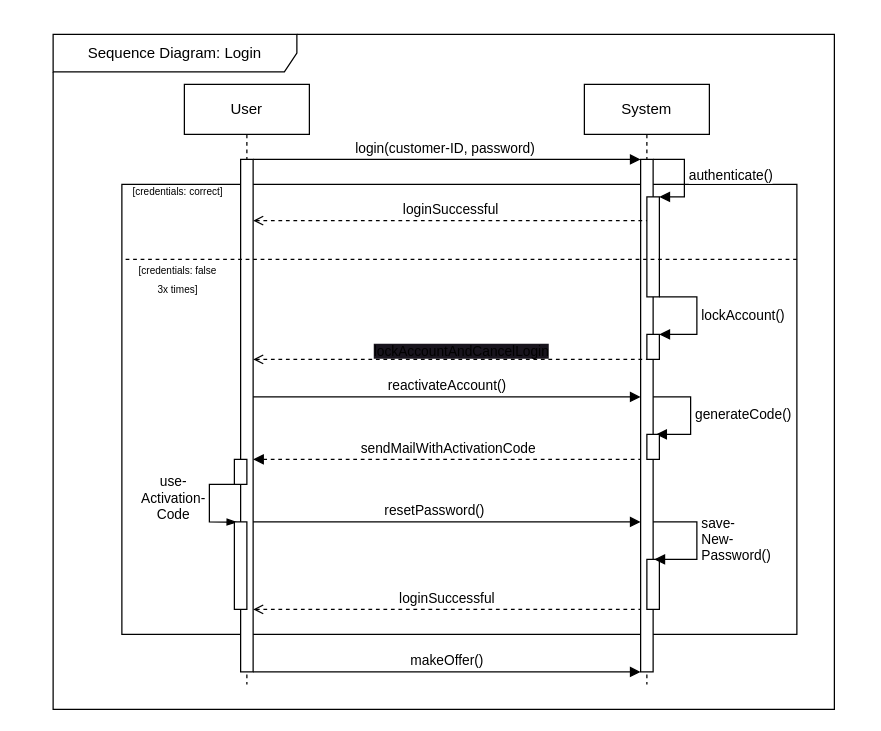
Above: diagrams/B1/B1_Login.drawio in Lenni528/UMLions (draw.io), before the change. Source tidied: cells renumbered, new cells numbered last; positions are measured from the earlier drawing's top-left corner, leaving out a move shared by most shapes. Both pictures are drawn from the tidied source at 125%, with x=0, y=0 at pixel (52, 34).
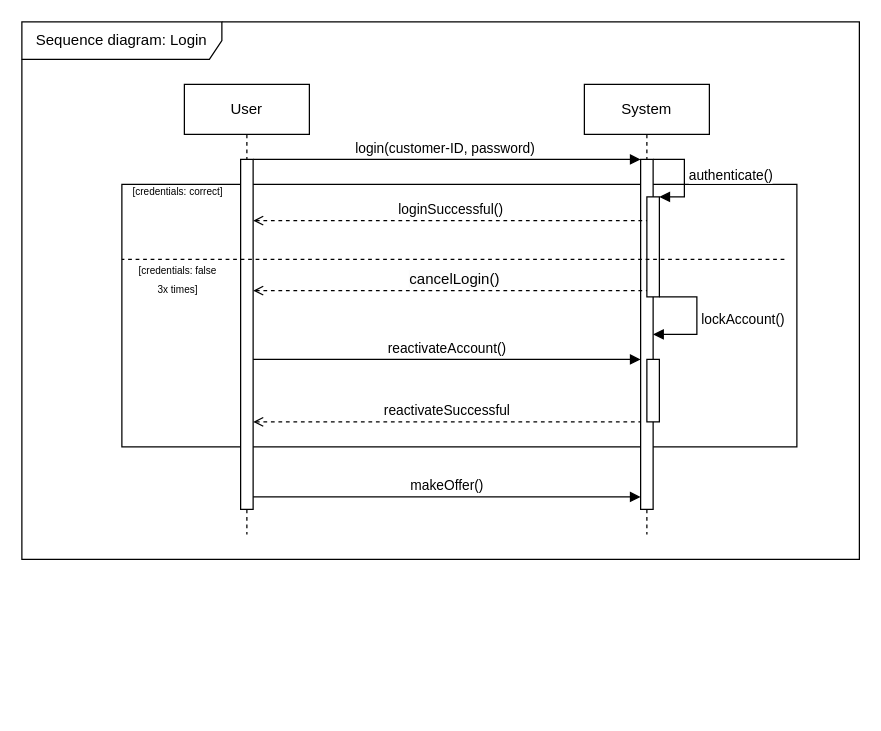
The same diagram, later.

The change refers to these unchanged cells:
```xml
<mxCell id="7" style="html=1;points=[[0,0,0,0,5],[0,1,0,0,-5],[1,0,0,0,5],[1,1,0,0,-5]];perimeter=orthogonalPerimeter;outlineConnect=0;targetShapes=umlLifeline;portConstraint=eastwest;newEdgeStyle={&quot;curved&quot;:0,&quot;rounded&quot;:0};" parent="5" vertex="1">
  <mxGeometry x="50" y="90" width="10" height="80" as="geometry" />
</mxCell>
```

What changed in the source:
```diff
@@
     <mxCell id="2" style="rounded=0;whiteSpace=wrap;html=1;" parent="1" vertex="1">
-      <mxGeometry x="55" y="120" width="540" height="360" as="geometry" />
+      <mxGeometry x="55" y="120" width="540" height="210" as="geometry" />
     </mxCell>
     <mxCell id="3" value="User" style="shape=umlLifeline;perimeter=lifelinePerimeter;whiteSpace=wrap;html=1;newEdgeStyle={&quot;edgeStyle&quot;:&quot;elbowEdgeStyle&quot;,&quot;elbow&quot;:&quot;vertical&quot;,&quot;curved&quot;:0,&quot;rounded&quot;:0};" parent="1" vertex="1">
-      <mxGeometry x="105" y="40" width="100" height="480" as="geometry" />
+      <mxGeometry x="105" y="40" width="100" height="360" as="geometry" />
     </mxCell>
     <mxCell id="4" style="html=1;points=[[0,0,0,0,5],[0,1,0,0,-5],[1,0,0,0,5],[1,1,0,0,-5]];perimeter=orthogonalPerimeter;outlineConnect=0;targetShapes=umlLifeline;portConstraint=eastwest;newEdgeStyle={&quot;curved&quot;:0,&quot;rounded&quot;:0};" parent="3" vertex="1">
-      <mxGeometry x="45" y="60" width="10" height="410" as="geometry" />
+      <mxGeometry x="45" y="60" width="10" height="280" as="geometry" />
     </mxCell>
     <mxCell id="5" value="System" style="shape=umlLifeline;perimeter=lifelinePerimeter;whiteSpace=wrap;html=1;newEdgeStyle={&quot;edgeStyle&quot;:&quot;elbowEdgeStyle&quot;,&quot;elbow&quot;:&quot;vertical&quot;,&quot;curved&quot;:0,&quot;rounded&quot;:0};" parent="1" vertex="1">
-      <mxGeometry x="425" y="40" width="100" height="480" as="geometry" />
+      <mxGeometry x="425" y="40" width="100" height="360" as="geometry" />
     </mxCell>
     <mxCell id="6" style="html=1;points=[[0,0,0,0,5],[0,1,0,0,-5],[1,0,0,0,5],[1,1,0,0,-5]];perimeter=orthogonalPerimeter;outlineConnect=0;targetShapes=umlLifeline;portConstraint=eastwest;newEdgeStyle={&quot;curved&quot;:0,&quot;rounded&quot;:0};" parent="5" vertex="1">
-      <mxGeometry x="45" y="60" width="10" height="410" as="geometry" />
+      <mxGeometry x="45" y="60" width="10" height="280" as="geometry" />
     </mxCell>
@@
-    <mxCell id="11" value="loginSuccessful" style="html=1;verticalAlign=bottom;endArrow=none;curved=0;rounded=0;dashed=1;startArrow=open;startFill=0;endFill=0;" parent="1" edge="1" source="4">
+    <mxCell id="11" value="loginSuccessful()" style="html=1;verticalAlign=bottom;endArrow=none;curved=0;rounded=0;dashed=1;startArrow=open;startFill=0;endFill=0;" parent="1" edge="1" source="4">
       <mxGeometry relative="1" as="geometry">
         <mxPoint x="475" y="149" as="targetPoint" />
       </mxGeometry>
     </mxCell>
-    <mxCell id="12" style="html=1;verticalAlign=bottom;endArrow=none;dashed=1;endSize=8;curved=0;rounded=0;entryX=0;entryY=0.5;entryDx=0;entryDy=0;endFill=0;" parent="1" edge="1">
+    <mxCell id="12" style="html=1;verticalAlign=bottom;endArrow=none;dashed=1;endSize=8;curved=0;rounded=0;entryX=0;entryY=0.5;entryDx=0;entryDy=0;exitX=1;exitY=0.5;exitDx=0;exitDy=0;endFill=0;" parent="1" edge="1">
       <mxGeometry relative="1" as="geometry">
-        <mxPoint x="595" y="180" as="sourcePoint" />
+        <mxPoint x="585" y="180" as="sourcePoint" />
         <mxPoint x="55" y="180" as="targetPoint" />
       </mxGeometry>
     </mxCell>
@@
+    <mxCell id="34" style="edgeStyle=elbowEdgeStyle;fontSize=12;html=1;endArrow=none;endFill=0;rounded=0;entryX=0;entryY=1;entryDx=0;entryDy=-5;entryPerimeter=0;startArrow=open;startFill=0;dashed=1;" parent="1" edge="1" source="4" target="7">
+      <mxGeometry relative="1" as="geometry">
+        <Array as="points">
+          <mxPoint x="315" y="205" />
+        </Array>
+      </mxGeometry>
+    </mxCell>
+    <mxCell id="35" value="&lt;span style=&quot;font-size: 12px; text-wrap: wrap; background-color: rgb(251, 251, 251);&quot;&gt;cancelLogin()&lt;/span&gt;" style="edgeLabel;html=1;align=center;verticalAlign=middle;" parent="34" vertex="1">
+      <mxGeometry x="0.08" y="1" relative="1" as="geometry">
+        <mxPoint x="-10" y="-9" as="offset" />
+      </mxGeometry>
+    </mxCell>
-    <mxCell id="14" value="lockAccount()" style="html=1;align=left;spacingLeft=2;endArrow=block;rounded=0;edgeStyle=orthogonalEdgeStyle;curved=0;rounded=0;entryX=1;entryY=0;entryDx=0;entryDy=0;" parent="1" edge="1" target="16">
+    <mxCell id="14" value="lockAccount()" style="html=1;align=left;spacingLeft=2;endArrow=block;rounded=0;edgeStyle=orthogonalEdgeStyle;curved=0;rounded=0;" parent="1" edge="1" target="6">
       <mxGeometry relative="1" as="geometry">
         <mxPoint x="485" y="210" as="sourcePoint" />
         <Array as="points">
           <mxPoint x="515" y="210" />
           <mxPoint x="515" y="240" />
         </Array>
       </mxGeometry>
     </mxCell>
     <mxCell id="15" value="reactivateAccount()" style="html=1;verticalAlign=bottom;endArrow=block;curved=0;rounded=0;" parent="1" edge="1">
       <mxGeometry relative="1" as="geometry">
-        <mxPoint x="160" y="290" as="sourcePoint" />
-        <mxPoint x="470" y="290" as="targetPoint" />
+        <mxPoint x="160" y="260" as="sourcePoint" />
+        <mxPoint x="470" y="260" as="targetPoint" />
       </mxGeometry>
     </mxCell>
     <mxCell id="16" style="rounded=0;whiteSpace=wrap;html=1;" parent="1" vertex="1">
-      <mxGeometry x="475" y="240" width="10" height="20" as="geometry" />
+      <mxGeometry x="475" y="260" width="10" height="50" as="geometry" />
     </mxCell>
-    <mxCell id="17" value="loginSuccessful" style="html=1;verticalAlign=bottom;endArrow=none;curved=0;rounded=0;startArrow=open;startFill=0;endFill=0;dashed=1;" parent="1" edge="1">
+    <mxCell id="17" value="reactivateSuccessful" style="html=1;verticalAlign=bottom;endArrow=none;curved=0;rounded=0;startArrow=open;startFill=0;endFill=0;dashed=1;" parent="1" edge="1">
       <mxGeometry relative="1" as="geometry">
-        <mxPoint x="160" y="460" as="sourcePoint" />
-        <mxPoint x="470" y="460" as="targetPoint" />
+        <mxPoint x="160" y="310" as="sourcePoint" />
+        <mxPoint x="470" y="310" as="targetPoint" />
       </mxGeometry>
     </mxCell>
     <mxCell id="18" value="makeOffer()" style="html=1;verticalAlign=bottom;endArrow=block;curved=0;rounded=0;" parent="1" edge="1">
       <mxGeometry relative="1" as="geometry">
-        <mxPoint x="160" y="510" as="sourcePoint" />
-        <mxPoint x="470" y="510" as="targetPoint" />
+        <mxPoint x="160" y="370" as="sourcePoint" />
+        <mxPoint x="470" y="370" as="targetPoint" />
       </mxGeometry>
     </mxCell>
-    <mxCell id="19" style="edgeStyle=elbowEdgeStyle;fontSize=12;html=1;endArrow=none;endFill=0;rounded=0;entryX=0;entryY=1;entryDx=0;entryDy=-5;entryPerimeter=0;startArrow=open;startFill=0;dashed=1;" parent="1" edge="1">
-      <mxGeometry relative="1" as="geometry">
-        <mxPoint x="160" y="260" as="sourcePoint" />
-        <mxPoint x="475" y="260" as="targetPoint" />
-        <Array as="points">
-          <mxPoint x="315" y="260" />
-        </Array>
-      </mxGeometry>
-    </mxCell>
-    <mxCell id="20" value="&lt;div style=&quot;text-align: center;&quot;&gt;&lt;span style=&quot;font-size: 11px; text-wrap: nowrap; background-color: rgb(24, 20, 29);&quot;&gt;lockAccountAndCancelLogin&lt;/span&gt;&lt;/div&gt;" style="text;whiteSpace=wrap;html=1;" parent="1" vertex="1">
-      <mxGeometry x="255" y="240" width="150" height="20" as="geometry" />
-    </mxCell>
-    <mxCell id="21" value="generateCode()" style="html=1;align=left;spacingLeft=2;endArrow=block;rounded=0;edgeStyle=orthogonalEdgeStyle;curved=0;rounded=0;entryX=0.75;entryY=0;entryDx=0;entryDy=0;" parent="1" edge="1" source="6" target="22">
-      <mxGeometry relative="1" as="geometry">
-        <Array as="points">
-          <mxPoint x="510" y="290" />
-          <mxPoint x="510" y="320" />
-        </Array>
-      </mxGeometry>
-    </mxCell>
-    <mxCell id="22" style="rounded=0;whiteSpace=wrap;html=1;" parent="1" vertex="1">
-      <mxGeometry x="475" y="320" width="10" height="20" as="geometry" />
-    </mxCell>
-    <mxCell id="23" style="endArrow=none;html=1;rounded=0;startArrow=block;startFill=1;dashed=1;" parent="1" edge="1">
-      <mxGeometry relative="1" as="geometry">
-        <mxPoint x="160" y="340" as="sourcePoint" />
-        <mxPoint x="470" y="340" as="targetPoint" />
-      </mxGeometry>
-    </mxCell>
-    <mxCell id="24" value="sendMailWithActivationCode" style="edgeLabel;html=1;align=center;verticalAlign=middle;" parent="23" vertex="1">
-      <mxGeometry x="-0.11" y="2" relative="1" as="geometry">
-        <mxPoint x="17" y="-8" as="offset" />
-      </mxGeometry>
-    </mxCell>
-    <mxCell id="25" style="endArrow=none;html=1;rounded=0;entryX=0.25;entryY=1;entryDx=0;entryDy=0;exitX=-0.273;exitY=0.708;exitDx=0;exitDy=0;exitPerimeter=0;endFill=0;startArrow=blockThin;startFill=1;" parent="1" edge="1" source="4" target="27">
-      <mxGeometry relative="1" as="geometry">
-        <Array as="points">
-          <mxPoint x="125" y="390" />
-          <mxPoint x="125" y="360" />
-        </Array>
-      </mxGeometry>
-    </mxCell>
-    <mxCell id="26" value="use-&lt;br&gt;Activation-&lt;br&gt;Code" style="edgeLabel;html=1;align=center;verticalAlign=middle;" parent="25" vertex="1">
-      <mxGeometry x="-0.14" relative="1" as="geometry">
-        <mxPoint x="-30" y="-10" as="offset" />
-      </mxGeometry>
-    </mxCell>
-    <mxCell id="27" style="rounded=0;whiteSpace=wrap;html=1;" parent="1" vertex="1">
-      <mxGeometry x="145" y="340" width="10" height="20" as="geometry" />
-    </mxCell>
-    <mxCell id="28" style="rounded=0;whiteSpace=wrap;html=1;" parent="1" vertex="1">
-      <mxGeometry x="145" y="390" width="10" height="70" as="geometry" />
-    </mxCell>
-    <mxCell id="29" style="endArrow=block;html=1;rounded=0;startArrow=none;startFill=0;endFill=1;" parent="1" edge="1" target="6">
-      <mxGeometry relative="1" as="geometry">
-        <mxPoint x="160" y="390" as="sourcePoint" />
-      </mxGeometry>
-    </mxCell>
-    <mxCell id="30" value="resetPassword()" style="edgeLabel;html=1;align=center;verticalAlign=middle;" parent="29" vertex="1">
-      <mxGeometry x="-0.07" y="1" relative="1" as="geometry">
-        <mxPoint y="-9" as="offset" />
-      </mxGeometry>
-    </mxCell>
-    <mxCell id="31" style="rounded=0;whiteSpace=wrap;html=1;" parent="1" vertex="1">
-      <mxGeometry x="475" y="420" width="10" height="40" as="geometry" />
-    </mxCell>
-    <mxCell id="32" value="save-&lt;br&gt;New-&lt;br&gt;Password()" style="html=1;align=left;spacingLeft=2;endArrow=block;rounded=0;edgeStyle=orthogonalEdgeStyle;curved=0;rounded=0;entryX=0.604;entryY=0;entryDx=0;entryDy=0;entryPerimeter=0;" parent="1" edge="1" source="6" target="31">
-      <mxGeometry relative="1" as="geometry">
-        <Array as="points">
-          <mxPoint x="515" y="390" />
-          <mxPoint x="515" y="420" />
-        </Array>
-      </mxGeometry>
-    </mxCell>
-    <mxCell id="33" value="Sequence Diagram: Login" style="shape=umlFrame;whiteSpace=wrap;html=1;width=195;height=30;" parent="1" vertex="1">
-      <mxGeometry width="625" height="540" as="geometry" />
-    </mxCell>
+    <mxCell id="36" value="Sequence diagram: Login" style="shape=umlFrame;whiteSpace=wrap;html=1;width=160;height=30;" parent="1" vertex="1">
+      <mxGeometry x="-25" y="-10" width="670" height="430" as="geometry" />
+    </mxCell>
```
